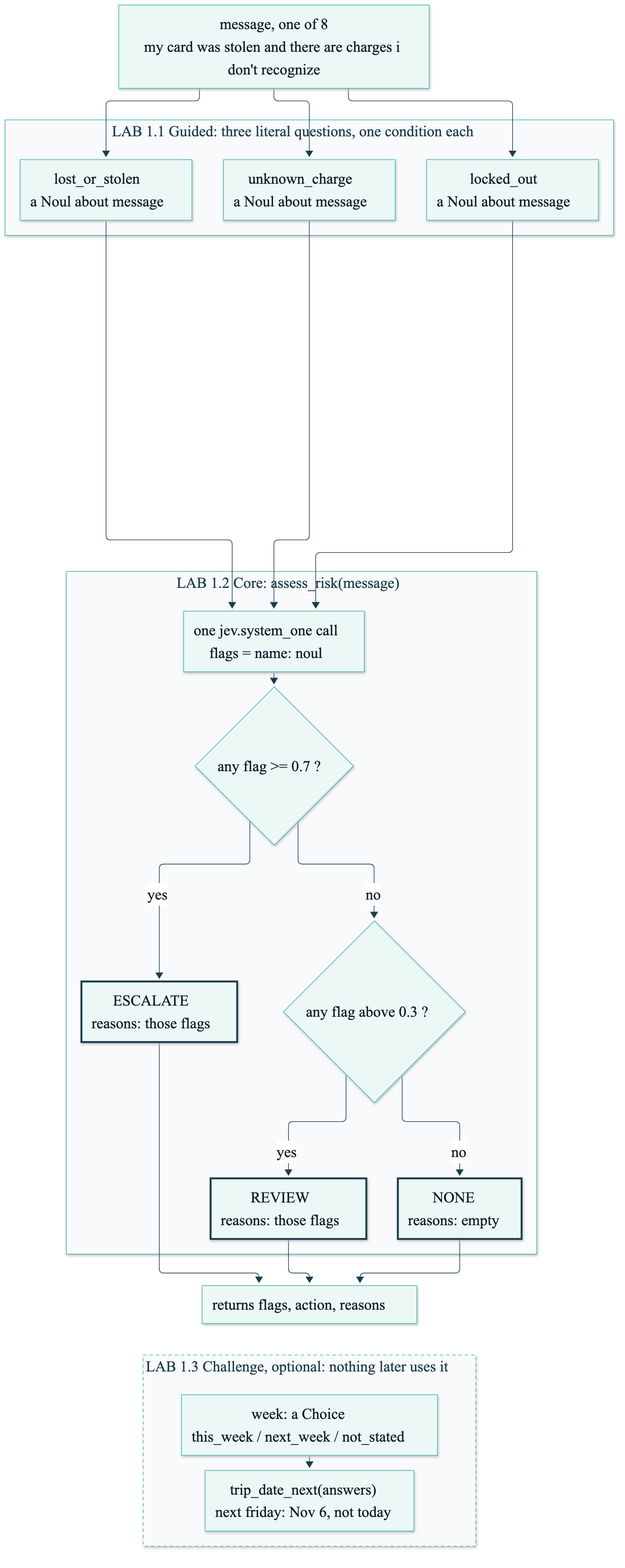
The Mermaid diagram course/diagrams/module_02/p1-lab-map.png in axel-sirota/getting_started_jev, before a commit. Its source is kept beside it as course/diagrams/module_02/p1-lab-map.mmd. The source it was exported from:
```mermaid
%%{init: {"theme": "base", "themeVariables": {"fontFamily": "Inter, sans-serif", "primaryColor": "#ECF8F6", "primaryBorderColor": "#40B8A6", "primaryTextColor": "#111827", "lineColor": "#1A3D4D", "secondaryColor": "#F9FAFB", "tertiaryColor": "#FFFFFF", "clusterBkg": "#F9FAFB", "clusterBorder": "#D1D5DB", "actorBkg": "#ECF8F6", "actorBorder": "#40B8A6", "noteBkgColor": "#FFF6DA", "noteBorderColor": "#E0B84C"}}}%%
flowchart TD
  M["message, one of 8<br/>my card was stolen and there are charges i don't recognize"]
  subgraph L1["LAB 1.1 Guided: three literal questions, one condition each"]
    Q1["lost_or_stolen<br/>a Noul about message"]
    Q2["unknown_charge<br/>a Noul about message"]
    Q3["locked_out<br/>a Noul about message"]
  end
  subgraph L2["LAB 1.2 Core: assess_risk(message)"]
    J["one jev.system_one call<br/>flags = name: noul"]
    R1{"any flag >= 0.7 ?"}
    R2{"any flag above 0.3 ?"}
    E["ESCALATE<br/>reasons: those flags"]
    V["REVIEW<br/>reasons: those flags"]
    N["NONE<br/>reasons: empty"]
  end
  OUT["returns flags, action, reasons"]
  subgraph L3["LAB 1.3 Challenge, optional: nothing later uses it"]
    W["week: a Choice<br/>this_week / next_week / not_stated"]
    TN["trip_date_next(answers)<br/>next friday: Nov 6, not today"]
  end
  M --> Q1
  M --> Q2
  M --> Q3
  Q1 --> J
  Q2 --> J
  Q3 --> J
  J --> R1
  R1 -- yes --> E
  R1 -- no --> R2
  R2 -- yes --> V
  R2 -- no --> N
  E --> OUT
  V --> OUT
  N --> OUT
  W --> TN
  OUT ~~~ W
  style L3 stroke-dasharray:5 5

  classDef fail fill:#FDECEA,stroke:#B42318,stroke-width:4px
  classDef changed fill:#D5F2EC,stroke:#1A3D4D,stroke-width:4px
  classDef ok fill:#ECF8F6,stroke:#1A3D4D,stroke-width:3px
  class E ok
  class V ok
  class N ok
```
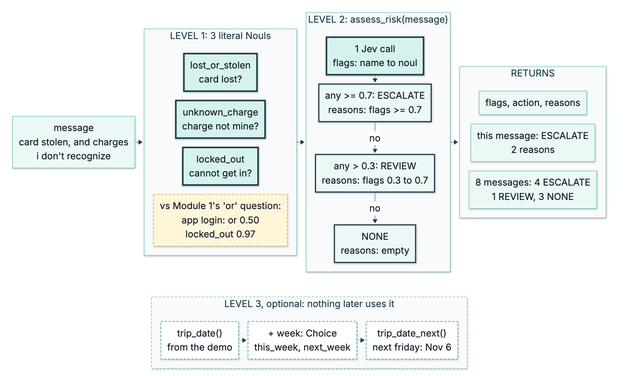
The same file after the commit.

Diff of the diagram source:
```diff
@@ -1,45 +1,49 @@
 %%{init: {"theme": "base", "themeVariables": {"fontFamily": "Inter, sans-serif", "primaryColor": "#ECF8F6", "primaryBorderColor": "#40B8A6", "primaryTextColor": "#111827", "lineColor": "#1A3D4D", "secondaryColor": "#F9FAFB", "tertiaryColor": "#FFFFFF", "clusterBkg": "#F9FAFB", "clusterBorder": "#D1D5DB", "actorBkg": "#ECF8F6", "actorBorder": "#40B8A6", "noteBkgColor": "#FFF6DA", "noteBorderColor": "#E0B84C"}}}%%
-flowchart TD
-  M["message, one of 8<br/>my card was stolen and there are charges i don't recognize"]
-  subgraph L1["LAB 1.1 Guided: three literal questions, one condition each"]
-    Q1["lost_or_stolen<br/>a Noul about message"]
-    Q2["unknown_charge<br/>a Noul about message"]
-    Q3["locked_out<br/>a Noul about message"]
+flowchart TB
+  subgraph ROW1[" "]
+    direction LR
+    M["message<br/>card stolen, and charges<br/>i don't recognize"]
+    subgraph L1["LEVEL 1: 3 literal Nouls"]
+      direction TB
+      Q1["lost_or_stolen<br/>card lost?"]
+      Q2["unknown_charge<br/>charge not mine?"]
+      Q3["locked_out<br/>cannot get in?"]
+      OR["vs Module 1's 'or' question:<br/>app login: or 0.50<br/>locked_out 0.97"]
+      Q1 ~~~ Q2 ~~~ Q3 ~~~ OR
+    end
+    subgraph L2["LEVEL 2: assess_risk(message)"]
+      direction TB
+      J["1 Jev call<br/>flags: name to noul"]
+      R1["any >= 0.7: ESCALATE<br/>reasons: flags >= 0.7"]
+      R2["any > 0.3: REVIEW<br/>reasons: flags 0.3 to 0.7"]
+      R3["NONE<br/>reasons: empty"]
+      J --> R1 -- no --> R2 -- no --> R3
+    end
+    subgraph OUT["RETURNS"]
+      direction TB
+      O1["flags, action, reasons"]
+      O2["this message: ESCALATE<br/>2 reasons"]
+      O3["8 messages: 4 ESCALATE<br/>1 REVIEW, 3 NONE"]
+      O1 ~~~ O2 ~~~ O3
+    end
+    M --> L1 --> L2 --> OUT
   end
-  subgraph L2["LAB 1.2 Core: assess_risk(message)"]
-    J["one jev.system_one call<br/>flags = name: noul"]
-    R1{"any flag >= 0.7 ?"}
-    R2{"any flag above 0.3 ?"}
-    E["ESCALATE<br/>reasons: those flags"]
-    V["REVIEW<br/>reasons: those flags"]
-    N["NONE<br/>reasons: empty"]
+  subgraph L3["LEVEL 3, optional: nothing later uses it"]
+    direction LR
+    TD["trip_date()<br/>from the demo"]
+    W["+ week: Choice<br/>this_week, next_week"]
+    TN["trip_date_next()<br/>next friday: Nov 6"]
+    TD -.-> W -.-> TN
   end
-  OUT["returns flags, action, reasons"]
-  subgraph L3["LAB 1.3 Challenge, optional: nothing later uses it"]
-    W["week: a Choice<br/>this_week / next_week / not_stated"]
-    TN["trip_date_next(answers)<br/>next friday: Nov 6, not today"]
-  end
-  M --> Q1
-  M --> Q2
-  M --> Q3
-  Q1 --> J
-  Q2 --> J
-  Q3 --> J
-  J --> R1
-  R1 -- yes --> E
-  R1 -- no --> R2
-  R2 -- yes --> V
-  R2 -- no --> N
-  E --> OUT
-  V --> OUT
-  N --> OUT
-  W --> TN
-  OUT ~~~ W
+  ROW1 ~~~ L3
+
+  classDef mine fill:#D5F2EC,stroke:#1A3D4D,stroke-width:4px
+  classDef ok fill:#ECF8F6,stroke:#1A3D4D,stroke-width:3px
+  classDef opt fill:#FFFFFF,stroke:#40B8A6,stroke-width:2px,stroke-dasharray:5 5
+  class Q1,Q2,Q3,J mine
+  class R1,R2,R3 ok
+  classDef note fill:#FFF6DA,stroke:#E0B84C,stroke-width:2px,stroke-dasharray:5 5
+  class OR note
+  class TD,W,TN opt
   style L3 stroke-dasharray:5 5
-
-  classDef fail fill:#FDECEA,stroke:#B42318,stroke-width:4px
-  classDef changed fill:#D5F2EC,stroke:#1A3D4D,stroke-width:4px
-  classDef ok fill:#ECF8F6,stroke:#1A3D4D,stroke-width:3px
-  class E ok
-  class V ok
-  class N ok
+  style ROW1 fill:none,stroke:none
```
